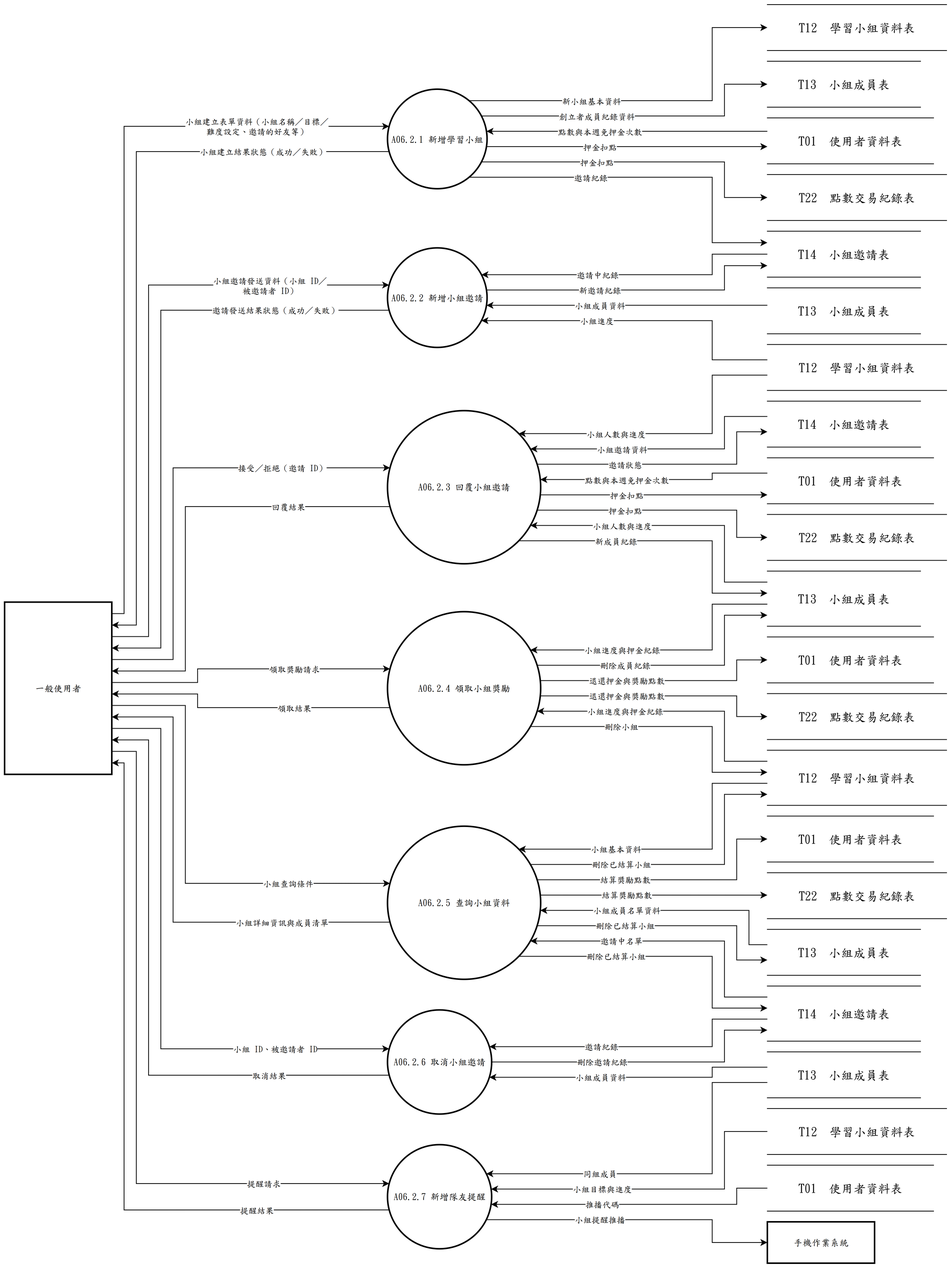
Before: 系統文件/第6章/DFD圖/圖6/新/圖6-2.drawio.png, a diagram exported from draw.io (s22452007/115502). Source tidied: cells renumbered, new cells last; positions are measured from the earlier drawing's top-left corner, leaving out a move shared by most shapes.
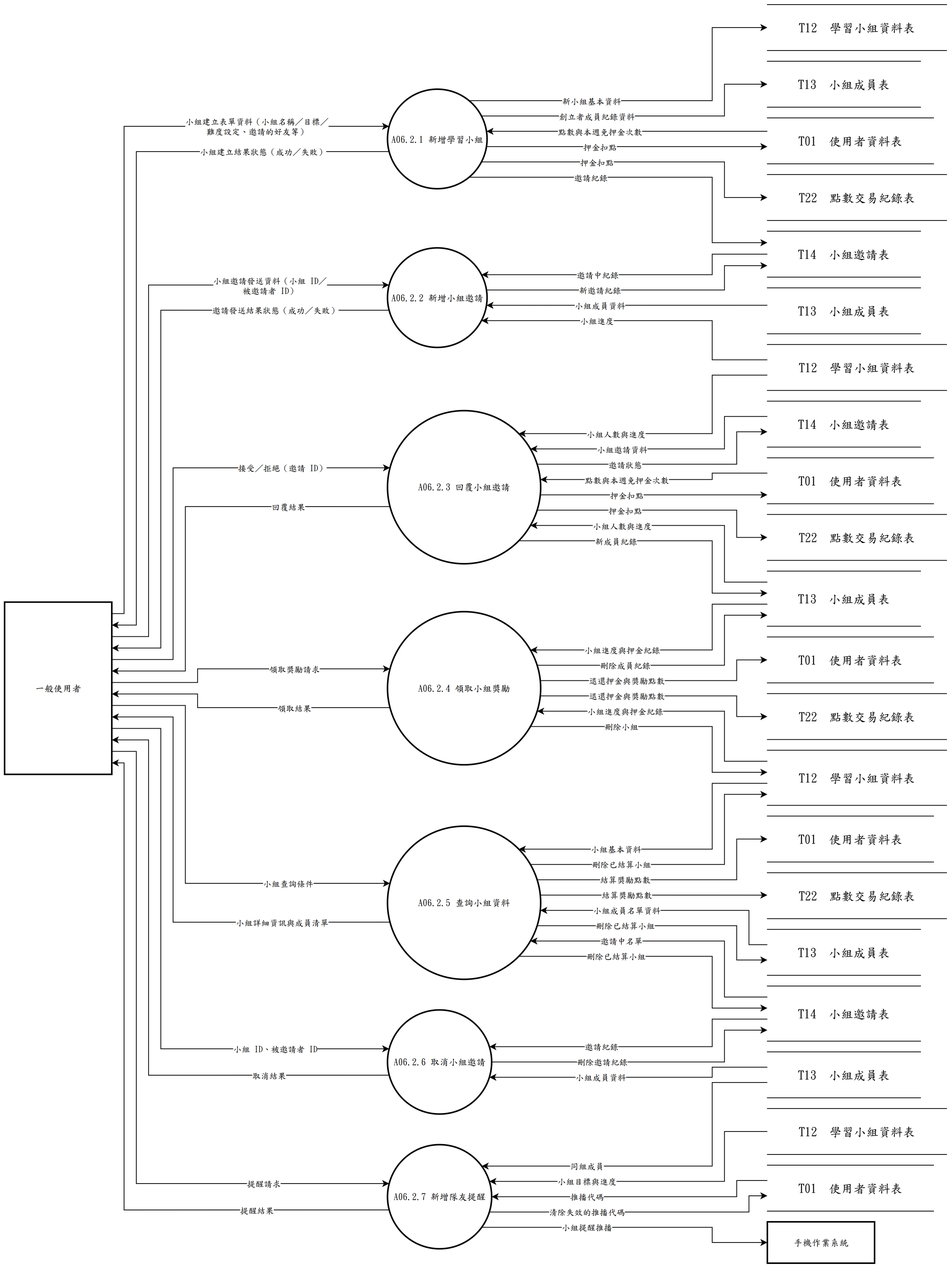
After the commit.

Change to the diagram source:
```diff
@@ -606,49 +606,60 @@
     <mxCell id="129" value="小組成員資料" style="edgeLabel;html=1;align=center;verticalAlign=middle;fontFamily=標楷體;" parent="128" vertex="1">
       <mxGeometry x="0.23" relative="1" as="geometry" />
     </mxCell>
-    <mxCell id="130" style="edgeStyle=none;rounded=0;html=1;fontFamily=標楷體;endArrow=classic;exitX=0.0000;exitY=0.6667;exitDx=0;exitDy=0;exitPerimeter=0;entryX=0.9487;entryY=0.2794;entryDx=0;entryDy=0;entryPerimeter=0;" parent="1" edge="1" source="27" target="8">
+    <mxCell id="130" style="edgeStyle=none;rounded=0;html=1;fontFamily=標楷體;endArrow=classic;exitX=0.0000;exitY=0.6667;exitDx=0;exitDy=0;exitPerimeter=0;entryX=0.9043;entryY=0.2059;entryDx=0;entryDy=0;entryPerimeter=0;" parent="1" edge="1" source="27" target="8">
       <mxGeometry relative="1" as="geometry">
         <Array as="points">
           <mxPoint x="924" y="1408" />
-          <mxPoint x="924" y="1527.2" />
+          <mxPoint x="924" y="1517.2" />
         </Array>
       </mxGeometry>
     </mxCell>
     <mxCell id="131" value="同組成員" style="edgeLabel;html=1;align=center;verticalAlign=middle;fontFamily=標楷體;" parent="130" vertex="1">
-      <mxGeometry x="0.39" relative="1" as="geometry" />
+      <mxGeometry x="0.43" relative="1" as="geometry" />
     </mxCell>
-    <mxCell id="132" style="edgeStyle=none;rounded=0;html=1;fontFamily=標楷體;endArrow=classic;exitX=0.0000;exitY=0.5000;exitDx=0;exitDy=0;exitPerimeter=0;entryX=0.9946;entryY=0.4265;entryDx=0;entryDy=0;entryPerimeter=0;" parent="1" edge="1" source="28" target="8">
+    <mxCell id="132" style="edgeStyle=none;rounded=0;html=1;fontFamily=標楷體;endArrow=classic;exitX=0.0000;exitY=0.5000;exitDx=0;exitDy=0;exitPerimeter=0;entryX=0.9779;entryY=0.3529;entryDx=0;entryDy=0;entryPerimeter=0;" parent="1" edge="1" source="28" target="8">
       <mxGeometry relative="1" as="geometry">
         <Array as="points">
           <mxPoint x="940" y="1472" />
-          <mxPoint x="940" y="1547.2" />
+          <mxPoint x="940" y="1537.2" />
         </Array>
       </mxGeometry>
     </mxCell>
     <mxCell id="133" value="小組目標與進度" style="edgeLabel;html=1;align=center;verticalAlign=middle;fontFamily=標楷體;" parent="132" vertex="1">
-      <mxGeometry x="0.34" relative="1" as="geometry" />
+      <mxGeometry x="0.41" relative="1" as="geometry" />
     </mxCell>
-    <mxCell id="134" style="edgeStyle=none;rounded=0;html=1;fontFamily=標楷體;endArrow=classic;exitX=0.0000;exitY=0.5000;exitDx=0;exitDy=0;exitPerimeter=0;entryX=0.9946;entryY=0.5735;entryDx=0;entryDy=0;entryPerimeter=0;" parent="1" edge="1" source="29" target="8">
+    <mxCell id="134" style="edgeStyle=none;rounded=0;html=1;fontFamily=標楷體;endArrow=classic;exitX=0.0000;exitY=0.3333;exitDx=0;exitDy=0;exitPerimeter=0;entryX=1.0000;entryY=0.5000;entryDx=0;entryDy=0;entryPerimeter=0;" parent="1" edge="1" source="29" target="8">
       <mxGeometry relative="1" as="geometry">
         <Array as="points">
-          <mxPoint x="956" y="1546" />
-          <mxPoint x="956" y="1567.2" />
+          <mxPoint x="956" y="1536" />
+          <mxPoint x="956" y="1557.2" />
         </Array>
       </mxGeometry>
     </mxCell>
     <mxCell id="135" value="推播代碼" style="edgeLabel;html=1;align=center;verticalAlign=middle;fontFamily=標楷體;" parent="134" vertex="1">
-      <mxGeometry x="0.24" relative="1" as="geometry" />
+      <mxGeometry x="0.35" relative="1" as="geometry" />
     </mxCell>
-    <mxCell id="136" style="edgeStyle=none;rounded=0;html=1;fontFamily=標楷體;endArrow=classic;exitX=0.9487;exitY=0.7206;exitDx=0;exitDy=0;exitPerimeter=0;entryX=0.0000;entryY=0.5000;entryDx=0;entryDy=0;entryPerimeter=0;" parent="1" edge="1" source="8" target="30">
+    <mxCell id="136" style="edgeStyle=none;rounded=0;html=1;fontFamily=標楷體;endArrow=classic;exitX=0.9043;exitY=0.7941;exitDx=0;exitDy=0;exitPerimeter=0;entryX=0.0000;entryY=0.5000;entryDx=0;entryDy=0;entryPerimeter=0;" parent="1" edge="1" source="8" target="30">
       <mxGeometry relative="1" as="geometry">
         <Array as="points">
-          <mxPoint x="924" y="1587.2" />
+          <mxPoint x="924" y="1597.2" />
           <mxPoint x="924" y="1617" />
         </Array>
       </mxGeometry>
     </mxCell>
     <mxCell id="137" value="小組提醒推播" style="edgeLabel;html=1;align=center;verticalAlign=middle;fontFamily=標楷體;" parent="136" vertex="1">
-      <mxGeometry x="-0.26" relative="1" as="geometry" />
+      <mxGeometry x="-0.3" relative="1" as="geometry" />
     </mxCell>
+    <mxCell id="138" style="edgeStyle=none;rounded=0;html=1;fontFamily=標楷體;endArrow=classic;exitX=0.9779;exitY=0.6471;exitDx=0;exitDy=0;exitPerimeter=0;entryX=0.0000;entryY=0.6667;entryDx=0;entryDy=0;entryPerimeter=0;" parent="1" edge="1" source="8" target="29">
+      <mxGeometry relative="1" as="geometry">
+        <Array as="points">
+          <mxPoint x="972" y="1577.2" />
+          <mxPoint x="972" y="1556" />
+        </Array>
+      </mxGeometry>
+    </mxCell>
+    <mxCell id="139" value="清除失效的推播代碼" style="edgeLabel;html=1;align=center;verticalAlign=middle;fontFamily=標楷體;" parent="138" vertex="1">
+      <mxGeometry x="-0.34" relative="1" as="geometry" />
+    </mxCell>
   </root>
 </mxGraphModel>
```
